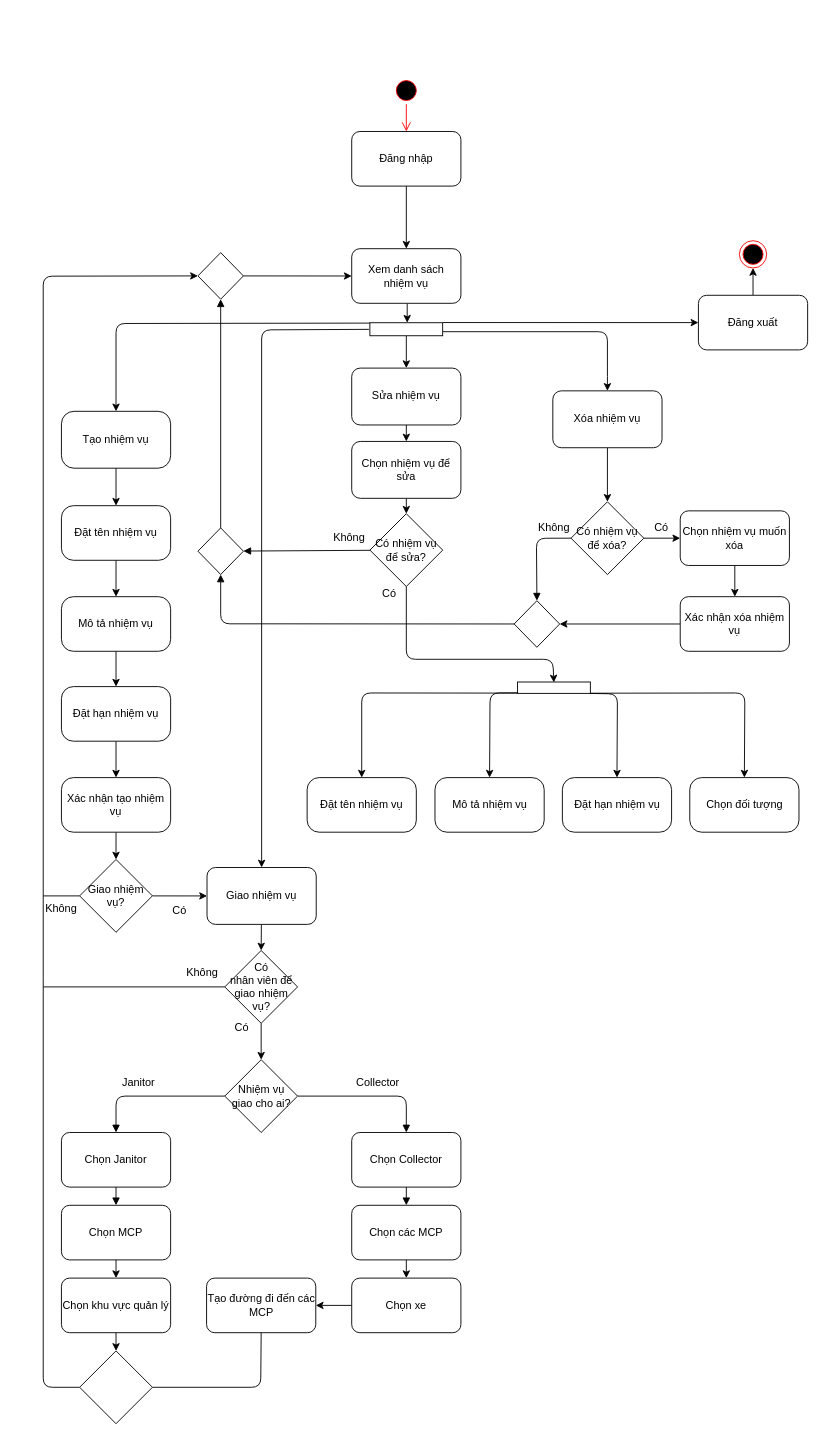
Earlier version of the draw.io diagram page "Task 2.1" (1 of 3) of task2.drawio (thuankhangho/btl-cnpm). Source tidied: cells renumbered, new cells numbered last; positions are measured from the earlier drawing's top-left corner, leaving out a move shared by most shapes. Both pictures are drawn from the tidied source at 91%, with x=0, y=0 at pixel (34, 22).
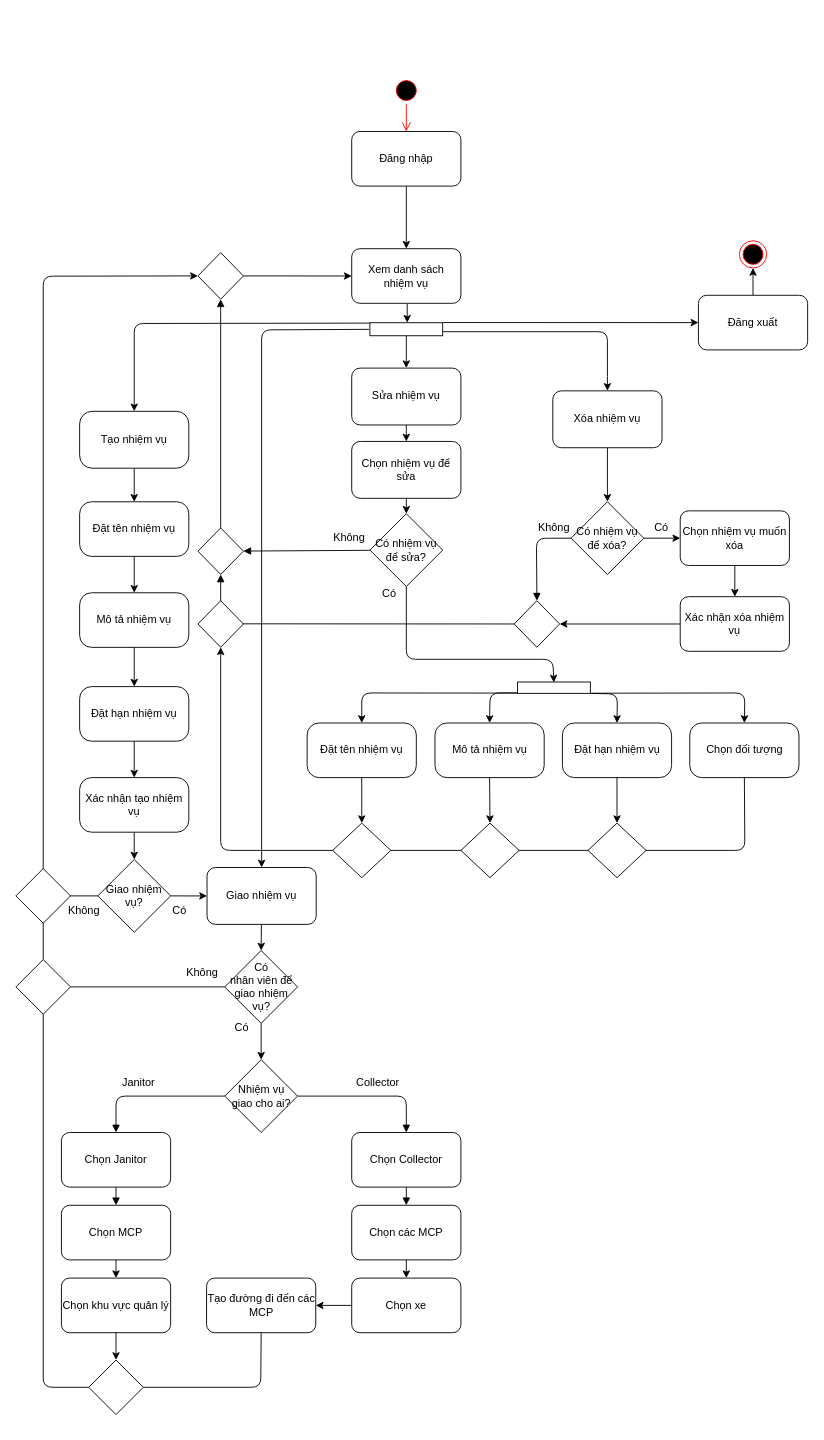
Above is the later version.

The change refers to these unchanged cells:
```xml
<mxCell id="17" style="html=1;points=[];perimeter=orthogonalPerimeter;rotation=90;" parent="1" vertex="1">
  <mxGeometry x="401.8" y="297.3" width="14.3" height="80" as="geometry" />
</mxCell>
<mxCell id="31" value="Không" style="text;html=1;strokeColor=none;fillColor=none;align=center;verticalAlign=middle;whiteSpace=wrap;rounded=0;" parent="1" vertex="1">
  <mxGeometry x="159.5" y="1030" width="50" height="30" as="geometry" />
</mxCell>
<mxCell id="32" style="rhombus;whiteSpace=wrap;html=1;" parent="1" vertex="1">
  <mxGeometry x="180" y="253.1" width="50" height="51.2" as="geometry" />
</mxCell>
<mxCell id="39" value="Chọn khu vực quản lý" style="whiteSpace=wrap;html=1;rounded=1;" parent="1" vertex="1">
  <mxGeometry x="30" y="1380" width="120" height="60" as="geometry" />
</mxCell>
<mxCell id="44" value="Tạo đường đi đến các MCP" style="whiteSpace=wrap;html=1;rounded=1;" parent="1" vertex="1">
  <mxGeometry x="189.5" y="1380" width="120" height="60" as="geometry" />
</mxCell>
```

What changed in the source:
```diff
@@
     <mxCell id="9" value="Tạo nhiệm vụ" style="rounded=1;whiteSpace=wrap;html=1;arcSize=22;" parent="1" vertex="1">
-      <mxGeometry x="30" y="427.5" width="120" height="62.5" as="geometry" />
+      <mxGeometry x="50" y="427.5" width="120" height="62.5" as="geometry" />
     </mxCell>
@@
     <mxCell id="15" style="edgeStyle=none;html=1;entryX=0.5;entryY=0;entryDx=0;entryDy=0;exitX=0.028;exitY=0.997;exitDx=0;exitDy=0;exitPerimeter=0;" parent="1" edge="1" source="17" target="9">
       <mxGeometry relative="1" as="geometry">
         <Array as="points">
-          <mxPoint x="90" y="331" />
+          <mxPoint x="110" y="331" />
         </Array>
       </mxGeometry>
     </mxCell>
@@
-    <mxCell id="28" style="endArrow=classic;html=1;entryX=0;entryY=0.5;entryDx=0;entryDy=0;exitX=0;exitY=0.5;exitDx=0;exitDy=0;" parent="1" edge="1" source="75" target="32">
+    <mxCell id="28" style="endArrow=classic;html=1;entryX=0;entryY=0.5;entryDx=0;entryDy=0;startArrow=none;" parent="1" edge="1" source="102" target="32">
       <mxGeometry relative="1" as="geometry">
         <Array as="points">
-          <mxPoint x="10" y="1500" />
-          <mxPoint x="10" y="1060" />
           <mxPoint x="10" y="279" />
         </Array>
       </mxGeometry>
     </mxCell>
@@
     <mxCell id="50" value="Đặt tên nhiệm vụ" style="whiteSpace=wrap;html=1;rounded=1;arcSize=22;" parent="1" vertex="1">
-      <mxGeometry x="30" y="531.2" width="120" height="60" as="geometry" />
+      <mxGeometry x="50" y="526.9" width="120" height="60" as="geometry" />
     </mxCell>
@@
     <mxCell id="52" value="Mô tả nhiệm vụ" style="whiteSpace=wrap;html=1;rounded=1;arcSize=22;" parent="1" vertex="1">
-      <mxGeometry x="30" y="631.2" width="120" height="60" as="geometry" />
+      <mxGeometry x="50" y="626.9" width="120" height="60" as="geometry" />
     </mxCell>
@@
     <mxCell id="54" value="Đặt hạn nhiệm vụ" style="whiteSpace=wrap;html=1;rounded=1;arcSize=22;" parent="1" vertex="1">
-      <mxGeometry x="30" y="730" width="120" height="60" as="geometry" />
+      <mxGeometry x="50" y="730" width="120" height="60" as="geometry" />
     </mxCell>
     <mxCell id="55" value="Giao nhiệm vụ?" style="rhombus;whiteSpace=wrap;html=1;" parent="1" vertex="1">
-      <mxGeometry x="50" y="920" width="80" height="80" as="geometry" />
+      <mxGeometry x="70" y="920" width="80" height="80" as="geometry" />
     </mxCell>
@@
     <mxCell id="58" value="Xác nhận tạo nhiệm vụ" style="whiteSpace=wrap;html=1;rounded=1;arcSize=22;" parent="1" vertex="1">
-      <mxGeometry x="30" y="830" width="120" height="60" as="geometry" />
+      <mxGeometry x="50" y="830" width="120" height="60" as="geometry" />
     </mxCell>
@@
     <mxCell id="60" value="Không" style="text;html=1;strokeColor=none;fillColor=none;align=center;verticalAlign=middle;whiteSpace=wrap;rounded=0;" parent="1" vertex="1">
-      <mxGeometry y="959" width="60" height="30" as="geometry" />
+      <mxGeometry x="20" y="961.2" width="70" height="30" as="geometry" />
     </mxCell>
@@
+    <mxCell id="98" style="edgeStyle=none;html=1;exitX=0.5;exitY=1;exitDx=0;exitDy=0;entryX=0.5;entryY=0;entryDx=0;entryDy=0;" parent="1" edge="1" source="64" target="106">
+      <mxGeometry relative="1" as="geometry" />
+    </mxCell>
     <mxCell id="64" value="Đặt tên nhiệm vụ" style="whiteSpace=wrap;html=1;rounded=1;arcSize=22;" parent="1" vertex="1">
-      <mxGeometry x="300" y="830" width="120" height="60" as="geometry" />
+      <mxGeometry x="300" y="770" width="120" height="60" as="geometry" />
     </mxCell>
+    <mxCell id="99" style="edgeStyle=none;html=1;exitX=0.5;exitY=1;exitDx=0;exitDy=0;entryX=0.5;entryY=0;entryDx=0;entryDy=0;" parent="1" edge="1" source="65" target="107">
+      <mxGeometry relative="1" as="geometry" />
+    </mxCell>
     <mxCell id="65" value="Mô tả nhiệm vụ" style="whiteSpace=wrap;html=1;rounded=1;arcSize=22;" parent="1" vertex="1">
-      <mxGeometry x="440.5" y="830" width="120" height="60" as="geometry" />
+      <mxGeometry x="440.5" y="770" width="120" height="60" as="geometry" />
     </mxCell>
+    <mxCell id="100" style="edgeStyle=none;html=1;exitX=0.5;exitY=1;exitDx=0;exitDy=0;entryX=0.5;entryY=0;entryDx=0;entryDy=0;" parent="1" edge="1" source="66" target="108">
+      <mxGeometry relative="1" as="geometry" />
+    </mxCell>
     <mxCell id="66" value="Đặt hạn nhiệm vụ" style="whiteSpace=wrap;html=1;rounded=1;arcSize=22;" parent="1" vertex="1">
-      <mxGeometry x="580.5" y="830" width="120" height="60" as="geometry" />
+      <mxGeometry x="580.5" y="770" width="120" height="60" as="geometry" />
     </mxCell>
     <mxCell id="67" value="Chọn đối tượng" style="whiteSpace=wrap;html=1;rounded=1;arcSize=22;" parent="1" vertex="1">
-      <mxGeometry x="720.5" y="830" width="120" height="60" as="geometry" />
+      <mxGeometry x="720.5" y="770" width="120" height="60" as="geometry" />
     </mxCell>
@@
-    <mxCell id="74" style="endArrow=classic;html=1;exitX=0.5;exitY=1;exitDx=0;exitDy=0;entryX=0.5;entryY=0;entryDx=0;entryDy=0;" parent="1" edge="1" source="39" target="75">
+    <mxCell id="74" style="endArrow=classic;html=1;exitX=0.5;exitY=1;exitDx=0;exitDy=0;entryX=0.5;entryY=0;entryDx=0;entryDy=0;" parent="1" edge="1" source="39" target="109">
       <mxGeometry relative="1" as="geometry" />
     </mxCell>
-    <mxCell id="75" style="rhombus;whiteSpace=wrap;html=1;" parent="1" vertex="1">
-      <mxGeometry x="50" y="1460" width="80" height="80" as="geometry" />
-    </mxCell>
-    <mxCell id="76" style="endArrow=none;html=1;entryX=1;entryY=1;entryDx=0;entryDy=0;" parent="1" edge="1" target="31">
-      <mxGeometry relative="1" as="geometry">
-        <mxPoint x="10" y="1060" as="sourcePoint" />
-      </mxGeometry>
+    <mxCell id="76" style="endArrow=none;html=1;entryX=1;entryY=1;entryDx=0;entryDy=0;startArrow=none;exitX=1;exitY=0.5;exitDx=0;exitDy=0;" parent="1" edge="1" source="102" target="31">
+      <mxGeometry relative="1" as="geometry" />
     </mxCell>
@@
-    <mxCell id="96" style="endArrow=none;html=1;exitX=1;exitY=0.5;exitDx=0;exitDy=0;entryX=0.5;entryY=1;entryDx=0;entryDy=0;" parent="1" edge="1" source="75" target="44">
+    <mxCell id="96" style="endArrow=none;html=1;exitX=1;exitY=0.5;exitDx=0;exitDy=0;entryX=0.5;entryY=1;entryDx=0;entryDy=0;" parent="1" edge="1" source="109" target="44">
       <mxGeometry relative="1" as="geometry">
         <Array as="points">
           <mxPoint x="249" y="1500" />
         </Array>
       </mxGeometry>
     </mxCell>
@@
+    <mxCell id="101" style="rhombus;whiteSpace=wrap;html=1;" parent="1" vertex="1">
+      <mxGeometry x="180" y="635.6" width="50" height="51.2" as="geometry" />
+    </mxCell>
+    <mxCell id="102" style="rhombus;whiteSpace=wrap;html=1;" parent="1" vertex="1">
+      <mxGeometry x="-20" y="1030" width="60" height="60" as="geometry" />
+    </mxCell>
+    <mxCell id="103" style="endArrow=none;html=1;entryX=0.5;entryY=1;entryDx=0;entryDy=0;exitX=0;exitY=0.5;exitDx=0;exitDy=0;" parent="1" edge="1" source="109" target="102">
+      <mxGeometry relative="1" as="geometry">
+        <Array as="points">
+          <mxPoint x="10" y="1500" />
+        </Array>
+      </mxGeometry>
+    </mxCell>
+    <mxCell id="104" style="rhombus;whiteSpace=wrap;html=1;" parent="1" vertex="1">
+      <mxGeometry x="-20" y="930" width="60" height="60" as="geometry" />
+    </mxCell>
+    <mxCell id="105" style="endArrow=classic;html=1;entryX=0.5;entryY=1;entryDx=0;entryDy=0;exitX=0.5;exitY=1;exitDx=0;exitDy=0;" parent="1" edge="1" source="67" target="101">
+      <mxGeometry relative="1" as="geometry">
+        <Array as="points">
+          <mxPoint x="781" y="910" />
+          <mxPoint x="205" y="910" />
+        </Array>
+      </mxGeometry>
+    </mxCell>
+    <mxCell id="106" style="rhombus;whiteSpace=wrap;html=1;" parent="1" vertex="1">
+      <mxGeometry x="328.1" y="880" width="63.9" height="60" as="geometry" />
+    </mxCell>
+    <mxCell id="107" style="rhombus;whiteSpace=wrap;html=1;" parent="1" vertex="1">
+      <mxGeometry x="469" y="880" width="63.9" height="60" as="geometry" />
+    </mxCell>
+    <mxCell id="108" style="rhombus;whiteSpace=wrap;html=1;" parent="1" vertex="1">
+      <mxGeometry x="608.6" y="880" width="63.9" height="60" as="geometry" />
+    </mxCell>
+    <mxCell id="109" style="rhombus;whiteSpace=wrap;html=1;" parent="1" vertex="1">
+      <mxGeometry x="60" y="1470" width="60" height="60" as="geometry" />
+    </mxCell>
```
